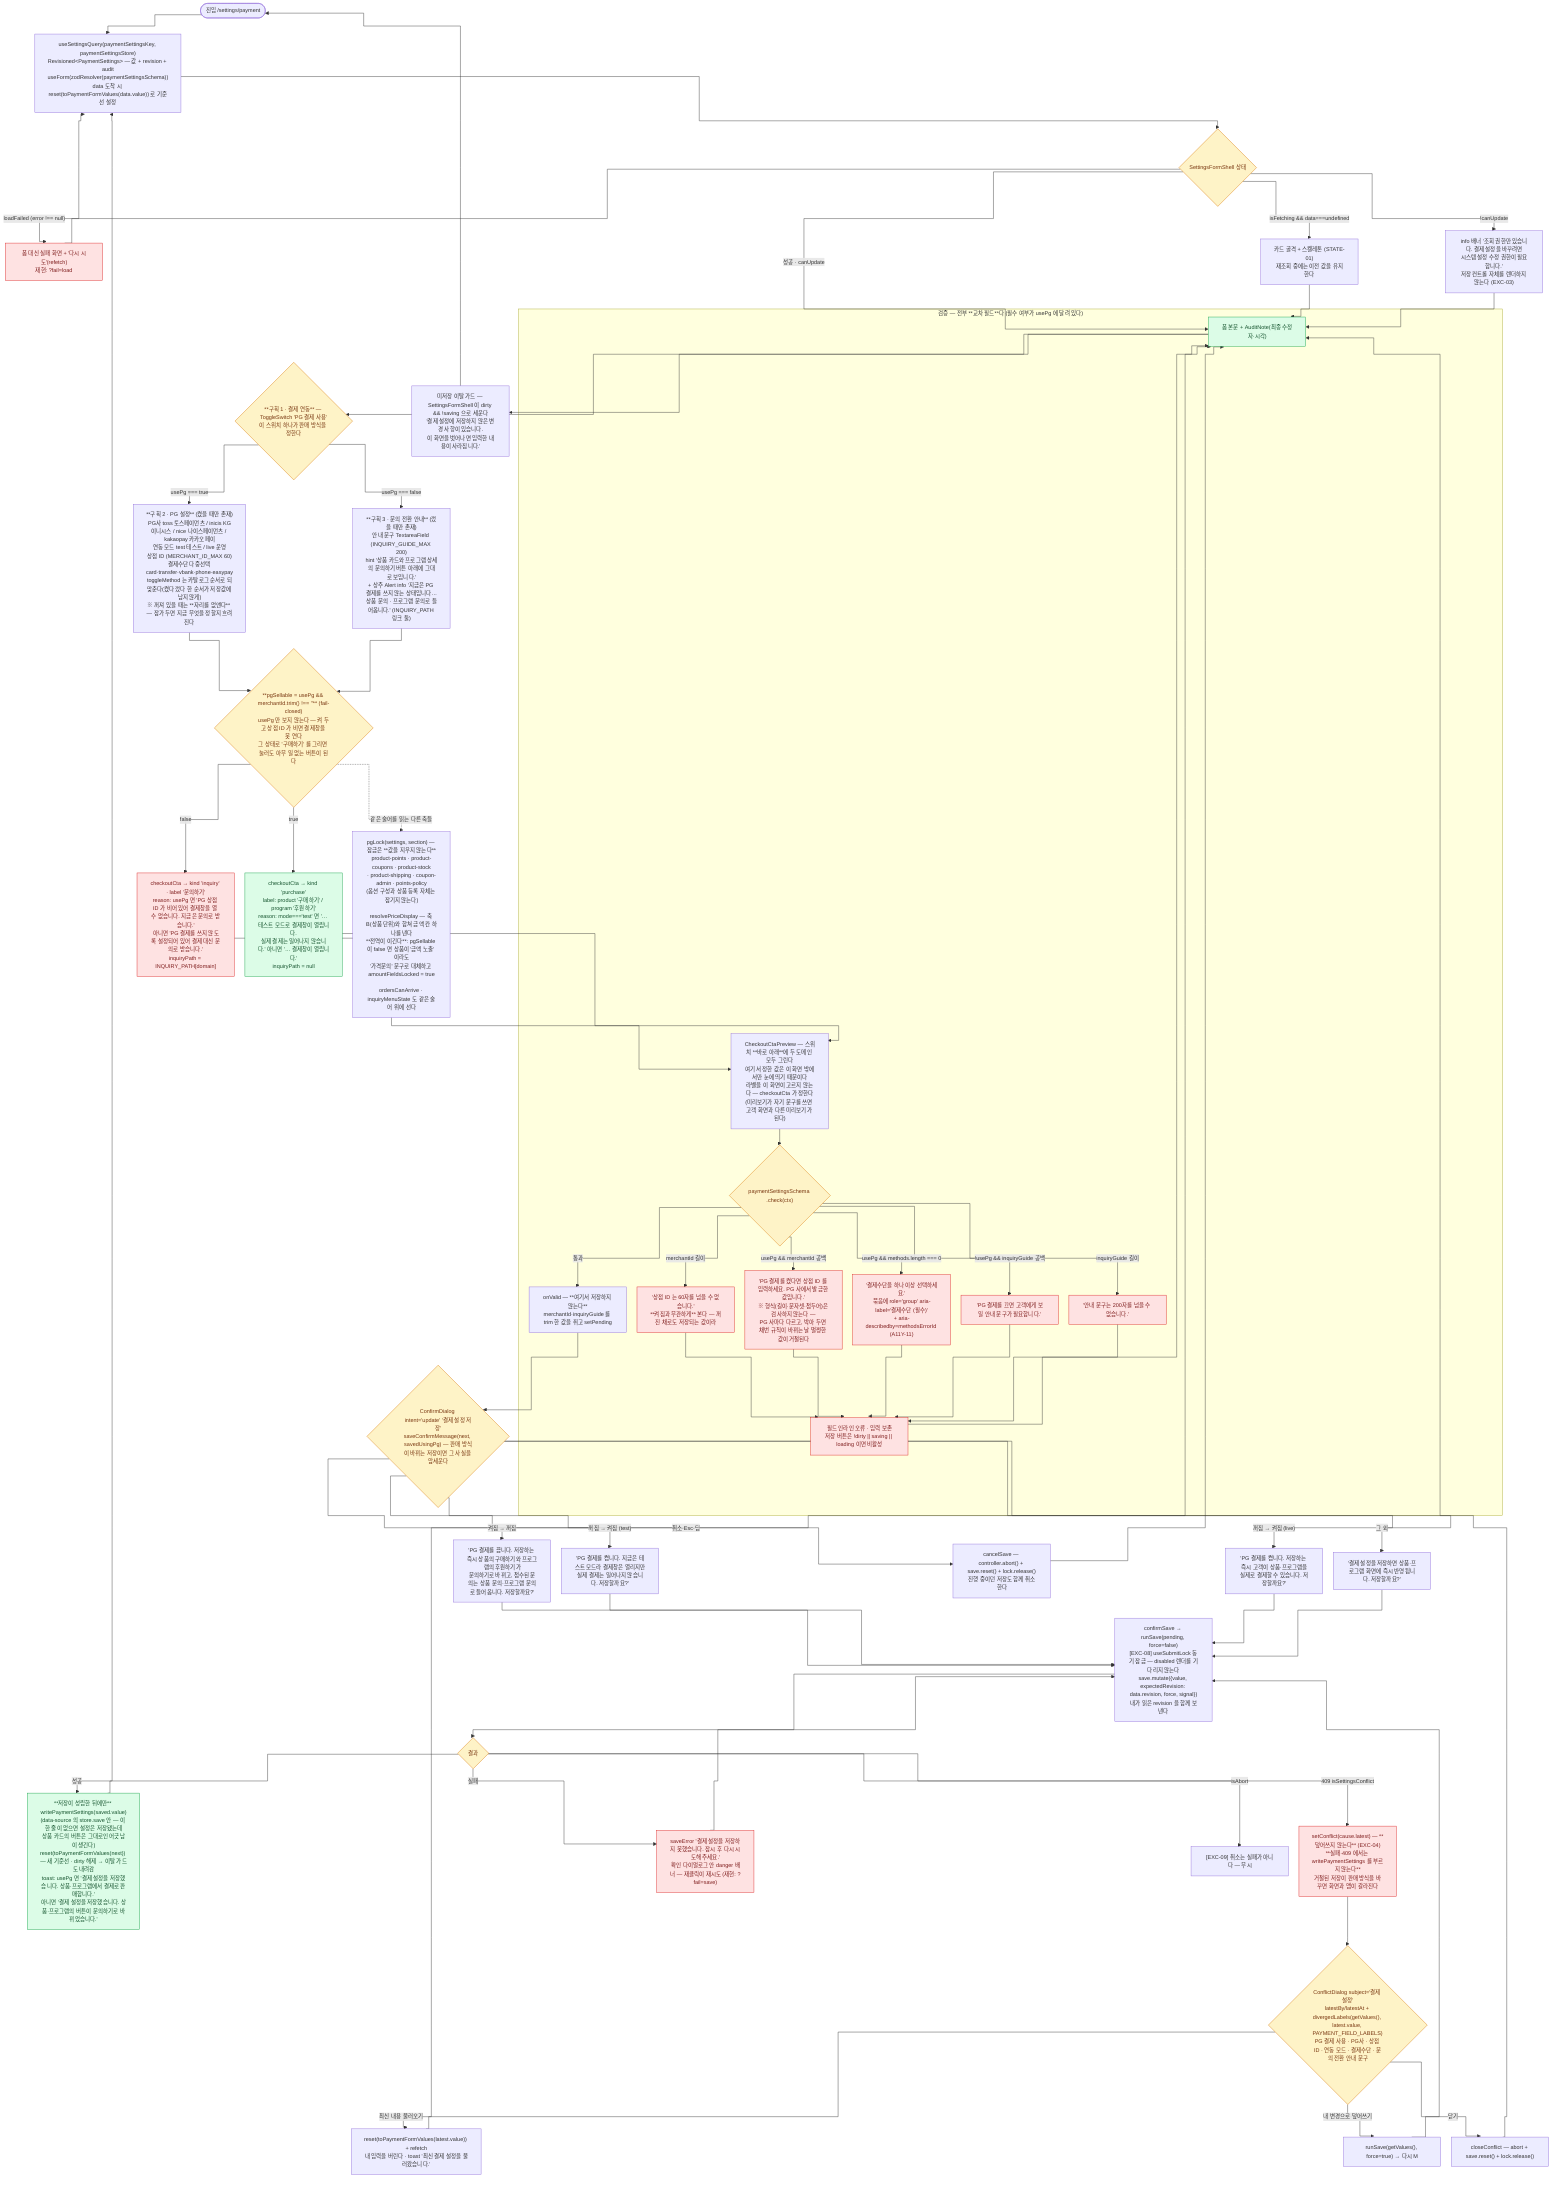
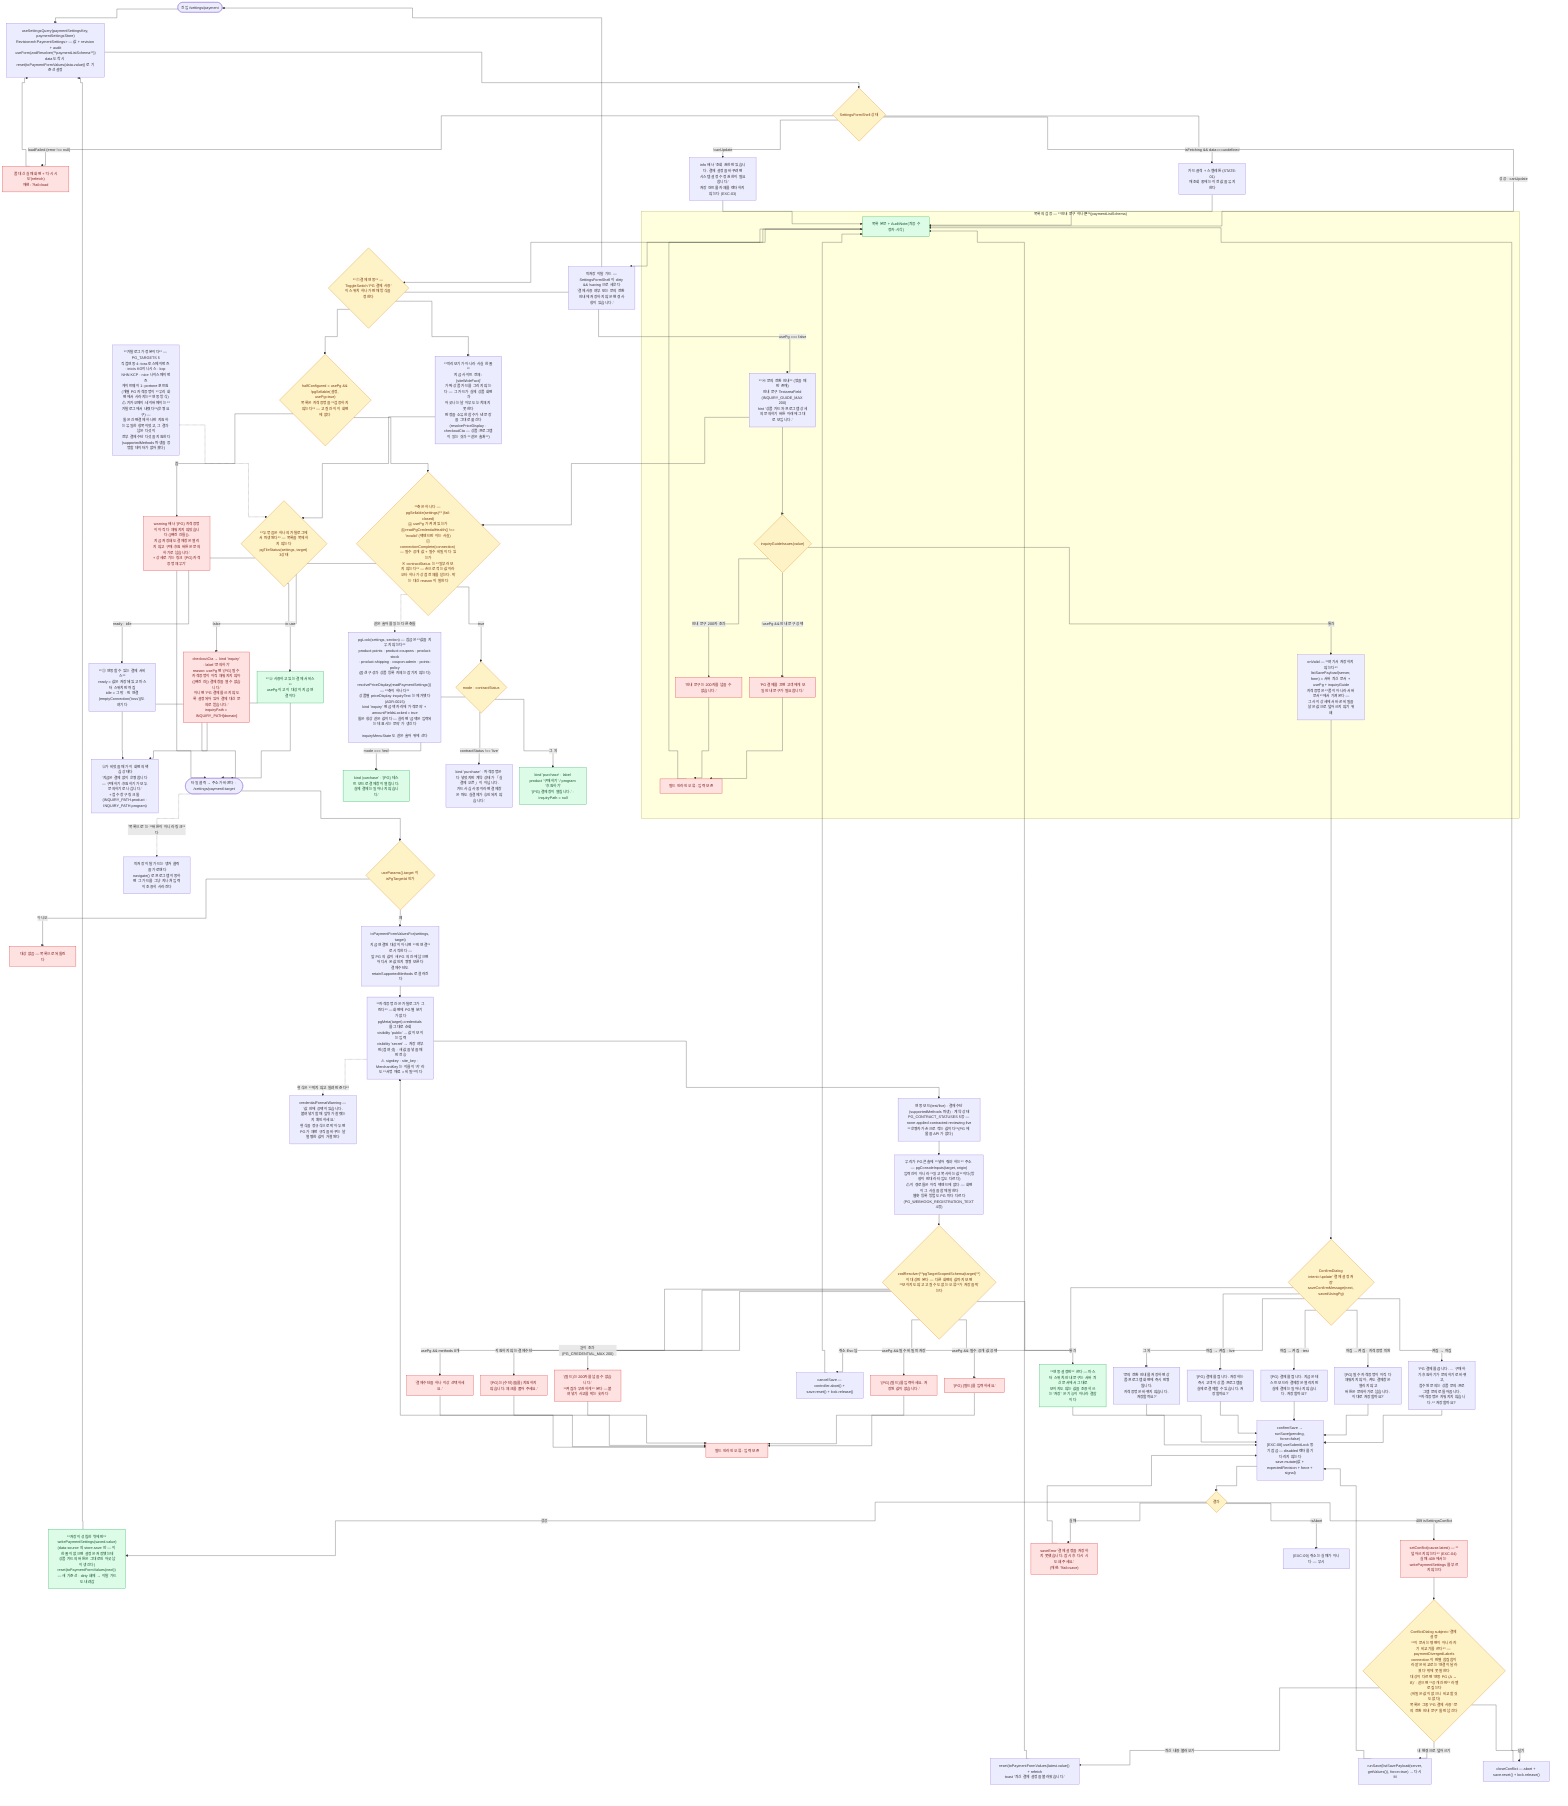
- %% 결제 설정 · /settings/payment
+ %% 결제 설정 · /settings/payment (목록) + /settings/payment/:target (PG 상세)
+ %% 화면이 목록/상세로 갈렸다 — 붙일 수 있는 대상이 다섯이고 PG 마다 받을 값이 2~5개씩 다르다
%%{init: {"flowchart": {"curve": "step", "nodeSpacing": 25, "rankSpacing": 38, "wrappingWidth": 170}, "themeVariables": {"fontSize": "13px"}} }%%
flowchart TD
-   S(["진입 /settings/payment"]) --> Q["useSettingsQuery(paymentSettingsKey, paymentSettingsStore)<br/>Revisioned&lt;PaymentSettings&gt; — 값 + revision + audit<br/>useForm(zodResolver(paymentSettingsSchema))<br/>data 도착 시 reset(toPaymentFormValues(data.value)) 로 기준선 설정"]
+   S(["진입 /settings/payment"]) --> Q["useSettingsQuery(paymentSettingsKey, paymentSettingsStore)<br/>Revisioned&lt;PaymentSettings&gt; — 값 + revision + audit<br/>useForm(zodResolver(**paymentListSchema**))<br/>data 도착 시 reset(toPaymentFormValues(data.value)) 로 기준선 설정"]
  Q --> LS{"SettingsFormShell 상태"}
  LS -->|"loadFailed (error !== null)"| E1["폼 대신 실패 화면 + '다시 시도'(refetch)<br/>재현: ?fail=load"]
  LS -->|"isFetching && data===undefined"| L1["카드 골격 + 스켈레톤 (STATE-01)<br/>재조회 중에는 이전 값을 유지한다"]
  LS -->|"!canUpdate"| RO["info 배너 '조회 권한만 있습니다. 결제 설정을 바꾸려면<br/>시스템 설정 수정 권한이 필요합니다.'<br/>저장 컨트롤 자체를 렌더하지 않는다 (EXC-03)"]
-   LS -->|"성공 · canUpdate"| OK1["폼 본문 + AuditNote(최종 수정자·시각)"]
+   LS -->|"성공 · canUpdate"| OK1["목록 본문 + AuditNote(최종 수정자·시각)"]
  E1 --> Q
  L1 --> OK1
  RO --> OK1

-   OK1 --> SW{"**구획 1 · 결제 연동** — ToggleSwitch 'PG 결제 사용'<br/>이 스위치 하나가 판매 방식을 정한다"}
-   SW -->|"usePg === true"| SEC2["**구획 2 · PG 설정** (켰을 때만 존재)<br/>PG사 toss 토스페이먼츠 / inicis KG이니시스 / nice 나이스페이먼츠 / kakaopay 카카오페이<br/>연동 모드 test 테스트 / live 운영<br/>상점 ID (MERCHANT_ID_MAX 60)<br/>결제수단 다중선택 card·transfer·vbank·phone·easypay<br/>toggleMethod 는 카탈로그 순서로 되맞춘다(켰다 껐다 한 순서가 저장값에 남지 않게)<br/>※ 꺼져 있을 때는 **자리를 없앤다** — 잠가 두면 지금 무엇을 정할지 흐려진다"]
-   SW -->|"usePg === false"| SEC3["**구획 3 · 문의 전환 안내** (껐을 때만 존재)<br/>안내 문구 TextareaField (INQUIRY_GUIDE_MAX 200)<br/>hint '상품 카드와 프로그램 상세의 문의하기 버튼 아래에 그대로 보입니다.'<br/>+ 상주 Alert info '지금은 PG 결제를 쓰지 않는 상태입니다…<br/>상품 문의 · 프로그램 문의로 들어옵니다.' (INQUIRY_PATH 링크 둘)"]
+   OK1 --> SW{"**① 결제 연동** — ToggleSwitch 'PG 결제 사용'<br/>이 스위치 하나가 판매 방식을 정한다"}
+   SW --> FACT["**미리보기가 아니라 사실 한 줄**<br/>'지금 사이트 전체: {siteWideFact}'<br/>가짜 상품 카드를 그리지 않는다 — 그 카드가 실제 상품 화면과<br/>어긋나는 날 아무도 눈치채지 못한다<br/>판정을 소유한 함수가 낸 문장을 그대로 옮긴다<br/>(resolvePriceDisplay · checkoutCta — 상품·프로그램이 읽는 것과 **같은 출처**)"]

-   SEC2 --> AXIS
-   SEC3 --> AXIS
+   FACT --> TILES{"**두 묶음은 하나의 카탈로그에서 파생된다** — 목록을 복제하지 않는다<br/>pgTileStatus(settings, target) 3상태"}
+   TILES -->|"in-use"| T1["**② 사용하고 있는 결제 서비스**<br/>usePg 이고 이 대상이 지금 연결이다"]
+   TILES -->|"ready · idle"| T2["**③ 연동할 수 있는 결제 서비스**<br/>ready = 값은 저장돼 있고 마스터 스위치만 꺼짐<br/>idle = 그 밖 · 빈 연결(emptyConnection('toss'))도 여기다"]
+   T1 --> EMPTYNOTE
+   T2 --> EMPTYNOTE["②가 비었을 때가 이 화면의 핵심 상태다<br/>'지금은 결제 없이 운영합니다 — 구매하기·후원하기가 모두 문의하기로 나갑니다.'<br/>+ 접수 창구 링크 둘 (INQUIRY_PATH.product · INQUIRY_PATH.program)"]

-   AXIS{"**pgSellable = usePg && merchantId.trim() !== ''** (fail-closed)<br/>usePg 만 보지 않는다 — 켜 두고 상점 ID 가 비면 결제창을 못 연다<br/>그 상태로 '구매하기' 를 그리면 눌러도 아무 일 없는 버튼이 된다"}
-   AXIS -->|"false"| CTA1["checkoutCta → kind 'inquiry' · label '문의하기'<br/>reason: usePg 면 'PG 상점 ID 가 비어 있어 결제창을 열 수 없습니다. 지금은 문의로 받습니다.'<br/>아니면 'PG 결제를 쓰지 않도록 설정되어 있어 결제 대신 문의로 받습니다.'<br/>inquiryPath = INQUIRY_PATH[domain]"]
-   AXIS -->|"true"| CTA2["checkoutCta → kind 'purchase'<br/>label: product '구매하기' / program '후원하기'<br/>reason: mode==='test' 면 '… 테스트 모드로 결제창이 열립니다.<br/>실제 결제는 일어나지 않습니다.' 아니면 '… 결제창이 열립니다.'<br/>inquiryPath = null"]
-   CTA1 --> PREV
-   CTA2 --> PREV["CheckoutCtaPreview — 스위치 **바로 아래**에 두 도메인 모두 그린다<br/>여기서 정한 값은 이 화면 밖에서만 눈에 띄기 때문이다<br/>라벨을 이 화면이 고르지 않는다 — checkoutCta 가 정한다<br/>(미리보기가 자기 문구를 쓰면 고객 화면과 다른 미리보기가 된다)"]
+   T1 --> DETAIL(["타일 클릭 → 주소가 바뀐다 · /settings/payment/:target"])
+   T2 --> DETAIL

-   AXIS -.->|"같은 술어를 읽는 다른 축들"| FANOUT["pgLock(settings, section) — 잠금은 **값을 지우지 않는다**<br/>product-points · product-coupons · product-stock<br/>· product-shipping · coupon-admin · points-policy<br/>(옵션 구성과 상품 등록 자체는 잠기지 않는다)<br/><br/>resolvePriceDisplay — 축 B(상품 단위)와 합쳐 금액 칸 하나를 낸다<br/>**전역이 이긴다**: pgSellable 이 false 면 상품이 '금액 노출' 이라도<br/>'가격문의' 문구로 대체하고 amountFieldsLocked = true<br/><br/>ordersCanArrive · inquiryMenuState 도 같은 술어 위에 선다"]
+   SW -->|"usePg === false"| SEC4["**④ 문의 전환 안내** (껐을 때만 존재)<br/>안내 문구 TextareaField (INQUIRY_GUIDE_MAX 200)<br/>hint '상품 카드와 프로그램 상세의 문의하기 버튼 아래에 그대로 보입니다.'"]
+ 
+   SW --> HALF{"halfConfigured = usePg && !pgSellable(설정, usePg=true)<br/>목록은 자격증명을 **검증하지 않는다** — 고칠 칸이 이 화면에 없다"}
+   HALF -->|"참"| HW["warning 배너 '{PG} 자격증명이 아직 다 채워지지 않았습니다 ({빠진 칸들}).<br/>지금 저장해도 결제창은 열리지 않고 구매·후원 버튼은 문의하기로 남습니다.'<br/>+ 상세로 가는 링크 '{PG} 자격증명 채우기'"]
+   HW --> DETAIL
+ 
+   SEC4 --> AXIS
+   HALF --> AXIS
+ 
+   AXIS{"**축은 하나다 — pgSellable(settings)** (fail-closed)<br/>ⓐ usePg 가 켜져 있는가<br/>ⓑ readPgCredentialHealth() !== 'invalid' (백엔드만 아는 사실)<br/>ⓒ connectionComplete(connection) — 필수 공개 값 + 필수 비밀이 다 있는가<br/>※ contractStatus 는 **일부러 보지 않는다** — 손으로 적는 값이라<br/>오타 하나가 상점 전체를 닫는다. 막는 대신 reason 이 말한다"}
+   AXIS -->|"false"| CTA1["checkoutCta → kind 'inquiry' · label '문의하기'<br/>reason: usePg 면 '{PG} 필수 자격증명이 아직 채워지지 않아({빠진 칸}) 결제창을 열 수 없습니다.'<br/>아니면 'PG 결제를 쓰지 않도록 설정되어 있어 결제 대신 문의로 받습니다.'<br/>inquiryPath = INQUIRY_PATH[domain]"]
+   AXIS -->|"true"| CTA2{"mode · contractStatus"}
+   CTA2 -->|"mode === 'test'"| CTA2a["kind 'purchase' · '{PG} 테스트 모드로 결제창이 열립니다.<br/>실제 결제는 일어나지 않습니다.'"]
+   CTA2 -->|"contractStatus !== 'live'"| CTA2b["kind 'purchase' · '자격증명은 다 넣었지만 계약 상태가 「실결제 오픈」 이 아닙니다.<br/>카드사 심사 중이라면 결제창은 떠도 실결제가 승인되지 않습니다.'"]
+   CTA2 -->|"그 외"| CTA2c["kind 'purchase' · label product '구매하기' / program '후원하기'<br/>'{PG} 결제창이 열립니다.' · inquiryPath = null"]
+ 
+   AXIS -.->|"같은 술어를 읽는 다른 축들"| FAN["pgLock(settings, section) — 잠금은 **값을 지우지 않는다**<br/>product-points · product-coupons · product-stock<br/>· product-shipping · coupon-admin · points-policy<br/>(옵션 구성과 상품 등록 자체는 잠기지 않는다)<br/><br/>resolvePriceDisplay(readPaymentSettings()) — **축이 하나다**<br/>상품별 priceDisplay·inquiryText 는 제거됐다(ADR-0015)<br/>kind 'inquiry' 면 금액 자리에 '가격문의' + amountFieldsLocked = true<br/>둘은 항상 같은 값이다 — 갈리면 '금액은 입력되는데 표시는 문의' 가 생긴다<br/><br/>inquiryMenuState 도 같은 술어 위에 선다"]

  OK1 ~~~ SUB1

-   subgraph SUB1["검증 — 전부 **교차 필드**다 (필수 여부가 usePg 에 달려 있다)"]
-     PREV --> V{"paymentSettingsSchema .check(ctx)"}
-     V -->|"merchantId 길이"| V0["'상점 ID 는 60자를 넘을 수 없습니다.'<br/>**켜짐과 무관하게** 본다 — 꺼진 채로도 저장되는 값이라"]
-     V -->|"usePg && merchantId 공백"| V1["'PG 결제를 켰다면 상점 ID 를 입력하세요. PG 사에서 발급한 값입니다.'<br/>※ 형식(길이·문자셋·접두어)은 검사하지 않는다 —<br/>PG 사마다 다르고, 박아 두면 채번 규칙이 바뀌는 날 멀쩡한 값이 거절된다"]
-     V -->|"usePg && methods.length === 0"| V2["'결제수단을 하나 이상 선택하세요.'<br/>묶음에 role='group' aria-label='결제수단 (필수)'<br/>+ aria-describedby=methodsErrorId (A11Y-11)"]
-     V -->|"!usePg && inquiryGuide 공백"| V3["'PG 결제를 끄면 고객에게 보일 안내 문구가 필요합니다.'"]
-     V -->|"inquiryGuide 길이"| V4["'안내 문구는 200자를 넘을 수 없습니다.'"]
-     V0 --> VE["필드 인라인 오류 · 입력 보존<br/>저장 버튼은 !dirty || saving || loading 이면 비활성"]
-     V1 --> VE
+   subgraph SUB1["목록의 검증 — **안내 문구 하나뿐**(paymentListSchema)"]
+     SEC4 --> V{"inquiryGuideIssues(value)"}
+     V -->|"!usePg && 안내 문구 공백"| V1["'PG 결제를 끄면 고객에게 보일 안내 문구가 필요합니다.'"]
+     V -->|"안내 문구 200자 초과"| V2["'안내 문구는 200자를 넘을 수 없습니다.'"]
+     V1 --> VE["필드 인라인 오류 · 입력 보존"]
    V2 --> VE
-     V3 --> VE
-     V4 --> VE
    VE --> OK1
-     V -->|"통과"| ONV["onValid — **여기서 저장하지 않는다**<br/>merchantId·inquiryGuide 를 trim 한 값을 쥐고 setPending"]
+     V -->|"통과"| ONV["onValid — **여기서 저장하지 않는다**<br/>listSavePayload(server, form) = 서버 최신 문서 + usePg + inquiryGuide<br/>자격증명은 **폼이 아니라 서버 문서**에서 가져온다 —<br/>그 사이 상세에서 바꾼 비밀을 낡은 값으로 덮어쓰지 않기 위해"]
  end

-   ONV --> CD{"ConfirmDialog intent='update' '결제 설정 저장'<br/>saveConfirmMessage(next, savedUsingPg) — 판매 방식이 바뀌는 저장이면 그 사실을 앞세운다"}
-   CD -->|"켜짐 → 꺼짐"| CD1["'PG 결제를 끕니다. 저장하는 즉시 상품의 구매하기와 프로그램의 후원하기가<br/>문의하기로 바뀌고, 접수된 문의는 상품 문의·프로그램 문의로 들어옵니다. 저장할까요?'"]
-   CD -->|"꺼짐 → 켜짐 (test)"| CD2["'PG 결제를 켭니다. 지금은 테스트 모드라 결제창은 열리지만<br/>실제 결제는 일어나지 않습니다. 저장할까요?'"]
-   CD -->|"꺼짐 → 켜짐 (live)"| CD3["'PG 결제를 켭니다. 저장하는 즉시 고객이 상품·프로그램을<br/>실제로 결제할 수 있습니다. 저장할까요?'"]
-   CD -->|"그 외"| CD4["'결제 설정을 저장하면 상품·프로그램 화면에 즉시 반영됩니다. 저장할까요?'"]
-   CD -->|"취소·Esc·딤"| CX["cancelSave — controller.abort() + save.reset() + lock.release()<br/>진행 중이던 저장도 함께 취소한다"]
+   ONV --> CD{"ConfirmDialog intent='update' '결제 설정 저장'<br/>saveConfirmMessage(next, savedUsingPg)"}
+   CD -->|"켜짐 → 꺼짐"| CD1["'PG 결제를 끕니다. … 구매하기·후원하기가 문의하기로 바뀌고,<br/>접수된 문의는 상품 문의·프로그램 문의로 들어옵니다.<br/>**자격증명은 지워지지 않습니다.** 저장할까요?'"]
+   CD -->|"꺼짐 → 켜짐 · 자격증명 미완"| CD2["'{PG} 필수 자격증명이 아직 다 채워지지 않아, 켜도 결제창은 열리지 않고<br/>버튼은 문의하기로 남습니다. 이대로 저장할까요?'"]
+   CD -->|"꺼짐 → 켜짐 · test"| CD3["'{PG} 결제를 켭니다. 지금은 테스트 모드라 결제창은 열리지만<br/>실제 결제는 일어나지 않습니다. 저장할까요?'"]
+   CD -->|"꺼짐 → 켜짐 · live"| CD4["'{PG} 결제를 켭니다. 저장하는 즉시 고객이 상품·프로그램을<br/>실제로 결제할 수 있습니다. 저장할까요?'"]
+   CD -->|"그 외"| CD5["'문의 전환 안내를 저장하면 상품·프로그램 화면에 즉시 반영됩니다.<br/>자격증명은 바뀌지 않습니다. 저장할까요?'"]
+   CD -->|"취소·Esc·딤"| CX["cancelSave — controller.abort() + save.reset() + lock.release()"]
  CX --> OK1

  CD1 --> M
  CD2 --> M
  CD3 --> M
-   CD4 --> M["confirmSave → runSave(pending, force=false)<br/>[EXC-08] useSubmitLock 동기 잠금 — disabled 렌더를 기다리지 않는다<br/>save.mutate({value, expectedRevision: data.revision, force, signal})<br/>내가 읽은 revision 을 함께 보낸다"]
+   CD4 --> M
+   CD5 --> M["confirmSave → runSave(pending, force=false)<br/>[EXC-08] useSubmitLock 동기 잠금 — disabled 렌더를 기다리지 않는다<br/>save.mutate(값 + expectedRevision + force + signal)"]

  M --> MR{"결과"}
-   MR -->|"성공"| MOK["**저장이 성립한 뒤에만** writePaymentSettings(saved.value)<br/>(data-source 의 store.save 안 — 이 한 줄이 없으면 설정은 저장됐는데<br/>상품 카드의 버튼은 그대로인 어긋남이 생긴다)<br/>reset(toPaymentFormValues(next)) — 새 기준선 · dirty 해제 → 이탈 가드도 내려감<br/>toast: usePg 면 '결제 설정을 저장했습니다. 상품·프로그램에서 결제로 판매합니다.'<br/>아니면 '결제 설정을 저장했습니다. 상품·프로그램의 버튼이 문의하기로 바뀌었습니다.'"]
-   MR -->|"409 isSettingsConflict"| CF["setConflict(cause.latest) — **덮어쓰지 않는다** (EXC-04)<br/>**실패·409 에서는 writePaymentSettings 를 부르지 않는다**<br/>거절된 저장이 판매 방식을 바꾸면 화면과 앱이 갈라진다"]
-   MR -->|"실패"| ME["saveError '결제 설정을 저장하지 못했습니다. 잠시 후 다시 시도해 주세요.'<br/>확인 다이얼로그 안 danger 배너 — 재클릭이 재시도 (재현: ?fail=save)"]
+   MR -->|"성공"| MOK["**저장이 성립한 뒤에만** writePaymentSettings(saved.value)<br/>(data-source 의 store.save 안 — 이 한 줄이 없으면 설정은 저장됐는데<br/>상품 카드의 버튼은 그대로인 어긋남이 생긴다)<br/>reset(toPaymentFormValues(next)) — 새 기준선 · dirty 해제 → 이탈 가드도 내려감"]
+   MR -->|"409 isSettingsConflict"| CF["setConflict(cause.latest) — **덮어쓰지 않는다** (EXC-04)<br/>실패·409 에서는 writePaymentSettings 를 부르지 않는다"]
+   MR -->|"실패"| ME["saveError '결제 설정을 저장하지 못했습니다. 잠시 후 다시 시도해 주세요.'<br/>(재현: ?fail=save)"]
  MR -->|"isAbort"| AB["[EXC-09] 취소는 실패가 아니다 — 무시"]
  ME --> M

-   CF --> CFD{"ConflictDialog subject='결제 설정'<br/>latestBy/latestAt + divergedLabels(getValues(), latest.value, PAYMENT_FIELD_LABELS)<br/>PG 결제 사용 · PG사 · 상점 ID · 연동 모드 · 결제수단 · 문의 전환 안내 문구"}
-   CFD -->|"최신 내용 불러오기"| CF1["reset(toPaymentFormValues(latest.value)) + refetch<br/>내 입력을 버린다 · toast '최신 결제 설정을 불러왔습니다.'"]
-   CFD -->|"내 변경으로 덮어쓰기"| CF2["runSave(getValues(), force=true) → 다시 M"]
+   CF --> CFD{"ConflictDialog subject='결제 설정'<br/>**이 문서는 평면이 아니라 자기 비교기를 쓴다** — paymentDivergedLabels<br/>connection 이 판별 합집합이라 얕은 비교로는 '연결이 달라졌다' 밖에 못 말한다<br/>대상이 다르면 '연동 PG (A ↔ B)' · 같으면 **공개 칸만** 라벨로 짚는다<br/>(비밀은 값이 없으니 비교할 것도 없다)<br/>목록은 그중 'PG 결제 사용'·'문의 전환 안내 문구' 둘만 남긴다"}
+   CFD -->|"최신 내용 불러오기"| CF1["reset(toPaymentFormValues(latest.value)) + refetch<br/>toast '최신 결제 설정을 불러왔습니다.'"]
+   CFD -->|"내 변경으로 덮어쓰기"| CF2["runSave(listSavePayload(server, getValues()), force=true) → 다시 M"]
  CFD -->|"닫기"| CF3["closeConflict — abort + save.reset() + lock.release()"]
  CF1 --> OK1
  CF2 --> M
  CF3 --> OK1
  MOK --> Q

-   OK1 --> GUARD["미저장 이탈 가드 — SettingsFormShell 이 dirty && !saving 으로 세운다<br/>'결제 설정에 저장하지 않은 변경 사항이 있습니다.<br/>이 화면을 벗어나면 입력한 내용이 사라집니다.'"]
+   DETAIL --> D0{"useParams().target 이 isPgTargetId 인가"}
+   D0 -->|"아니오"| DNF["대상 없음 — 목록으로 되돌린다"]
+   D0 -->|"예"| D1["toPaymentFormValuesFor(settings, target)<br/>지금 연결된 대상이 아니면 **빈 연결**로 시작한다 —<br/>앞 PG 의 값이 새 PG 의 칸에 남으면 어디서 온 값인지 영영 모른다<br/>결제수단도 retainSupportedMethods 로 걸러진다"]
+   D1 --> D2["**자격증명 칸은 카탈로그가 그린다** — 화면에 PG 별 분기가 없다<br/>pgMeta(target).credentials 를 그대로 순회<br/>visibility 'public' → 값이 보이는 입력<br/>visibility 'secret' → 저장 여부만(점 여섯) · 새 값을 넣을 때만 전송<br/>⚠ signkey · site_key · MerchantKey 는 이름이 '키' 라도 **서명 재료 = 비밀**이다"]
+   D2 --> D3["연동 모드(test/live) · 결제수단(supportedMethods 파생) · 계약 상태<br/>PG_CONTRACT_STATUSES 5종 — none·applied·contracted·reviewing·live<br/>**운영자가 손으로 적는 값이다**(PG 에 물을 API 가 없다)"]
+   D3 --> D4["우리가 PG 콘솔에 **넣어 줘야 하는** 주소 — pgConsoleInputs(target, origin)<br/>입력칸이 아니라 **읽고 복사하는 값**이다(방향이 반대라 타입도 다르다)<br/>⚠ 이 경로들은 아직 백엔드에 없다 — 화면이 그 사실을 함께 말한다<br/>웹훅 등록 방법도 PG 마다 다르다(PG_WEBHOOK_REGISTRATION_TEXT 4종)"]
+   D4 --> DV{"zodResolver(**pgTargetScopedSchema(target)**)<br/>이 대상만 본다 — 다른 화면의 값까지 보면<br/>**보이지도 않고 고칠 수도 없는 오류**가 저장을 막는다"}
+   DV -->|"usePg && 필수 공개 값 공백"| DV1["'{PG} {필드}를 입력하세요.'"]
+   DV -->|"usePg && 필수 비밀 미저장"| DV2["'{PG} {필드}를 입력하세요. 저장된 값이 없습니다.'"]
+   DV -->|"길이 초과 (PG_CREDENTIAL_MAX 200)"| DV3["'{필드}는 200자를 넘을 수 없습니다.'<br/>**켜짐과 무관하게** 본다 — 붙여넣기 사고를 막는 숫자다"]
+   DV -->|"지원하지 않는 결제수단"| DV4["'{PG}는 {수단}을(를) 지원하지 않습니다. 체크를 풀어 주세요.'"]
+   DV -->|"usePg && methods 0개"| DV5["'결제수단을 하나 이상 선택하세요.'"]
+   DV -->|"통과"| DSAVE["**연동 설정만** 쓴다 — 마스터 스위치·안내 문구는 서버 최신 문서에서 그대로<br/>보이지도 않는 값을 조용히 쓰는 '저장' 은 기능이 아니라 결함이다"]
+   DV1 --> DVE["필드 인라인 오류 · 입력 보존"]
+   DV2 --> DVE
+   DV3 --> DVE
+   DV4 --> DVE
+   DV5 --> DVE
+   DVE --> D2
+   DSAVE --> M
+ 
+   D2 -.->|"형식은 **막지 않고 알려만 준다**"| DWARN["credentialFormatWarning — '값 안에 공백이 있습니다.<br/>붙여넣기할 때 앞뒤가 잘렸는지 확인하세요.'<br/>형식을 정규식으로 박아 두면 PG 가 채번 규칙을 바꾸는 날 멀쩡한 값이 거절된다"]
+ 
+   DETAIL -.->|"'목록으로' 는 **버튼이 아니라 링크**다"| GUARDNOTE["미저장 이탈 가드는 앵커 클릭을 가로챈다<br/>navigate() 로 프로그램 이동하면 그 가드를 그냥 지나쳐 입력이 조용히 사라진다"]
+ 
+   OK1 --> GUARD["미저장 이탈 가드 — SettingsFormShell 이 dirty && !saving 으로 세운다<br/>'결제 사용 여부 또는 문의 전환 안내에 저장하지 않은 변경 사항이 있습니다.'"]
  GUARD --> S
+ 
+   CAT["**카탈로그가 정본이다** — PG_TARGETS 5<br/>직접연동 4: toss 토스페이먼츠 · inicis KG이니시스 · kcp NHN KCP · nice 나이스페이먼츠<br/>게이트웨이 1: portone 포트원 (개별 PG 자격증명이 **우리 화면에서 사라지는** 연동 방식)<br/>⚠ 카카오페이·네이버페이는 **카탈로그에서 내렸다**(운영 요구) —<br/>둘은 간편결제 하나만 지원하는 유일한 항목이었고, 그 결과 남은 다섯이<br/>전부 결제수단 다섯을 지원한다(supportedMethods 파생을 증명할 데이터가 없어졌다)"]
+   CAT -.-> TILES

  classDef gate fill:#fef3c7,stroke:#d97706,color:#78350f
  classDef err fill:#fee2e2,stroke:#dc2626,color:#7f1d1d
  classDef ok fill:#dcfce7,stroke:#16a34a,color:#14532d

-   class LS,SW,AXIS,V,CD,MR,CFD gate
-   class E1,V0,V1,V2,V3,V4,VE,ME,CF,CTA1 err
-   class OK1,MOK,CTA2 ok
+   class LS,SW,TILES,HALF,AXIS,CTA2,V,CD,MR,CFD,D0,DV gate
+   class E1,V1,V2,VE,ME,CF,CTA1,HW,DNF,DV1,DV2,DV3,DV4,DV5,DVE err
+   class OK1,MOK,CTA2a,CTA2c,T1,DSAVE ok
